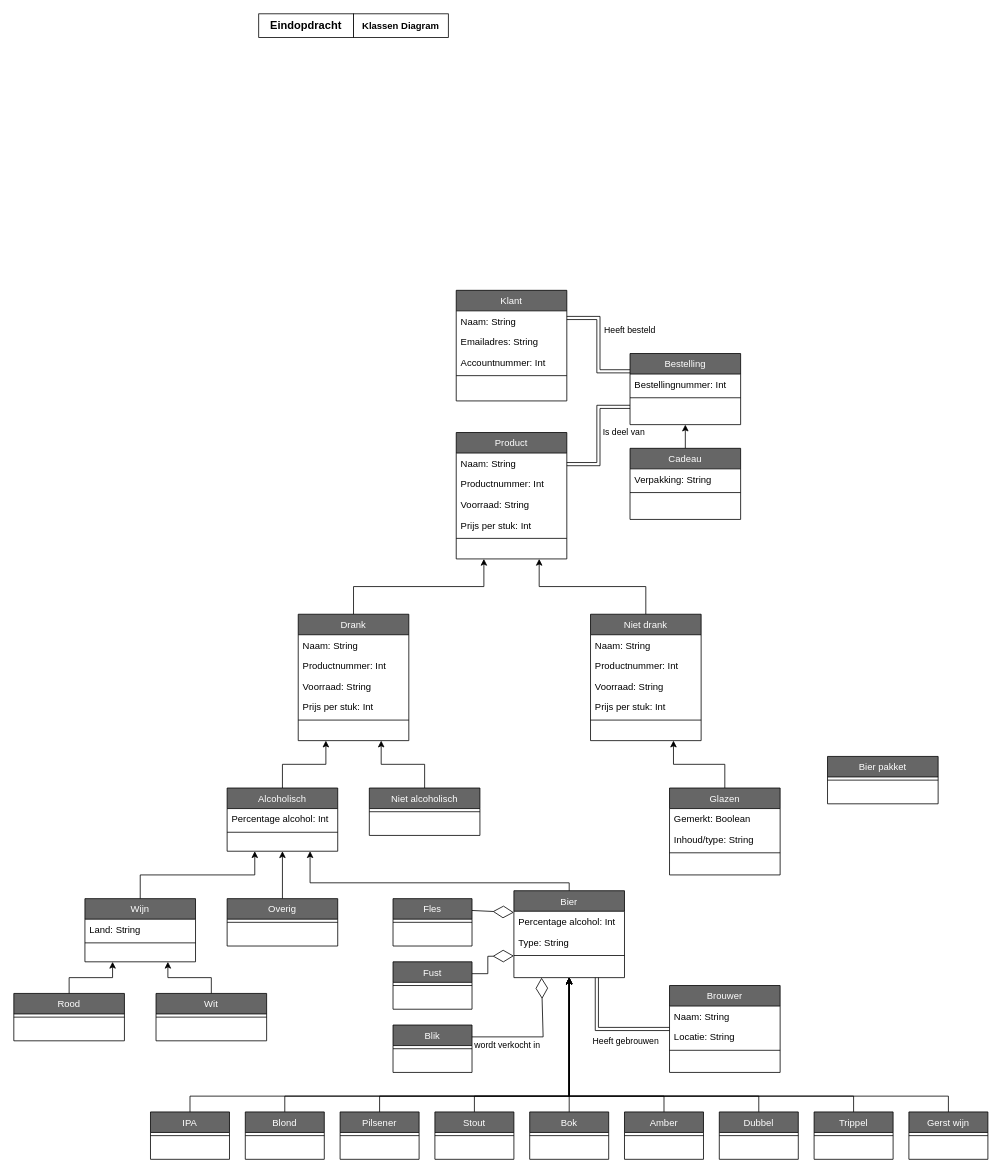
Earlier version of the draw.io diagram page "Class_diagram" (5 of 5) of ProcesanalyseEindopdracht.drawio (EMB20/Procesanalyse). Source tidied: cells renumbered, new cells numbered last; positions are measured from the earlier drawing's top-left corner, leaving out a move shared by most shapes. Both pictures are drawn from the tidied source at 79%, with x=0, y=0 at pixel (13, 13).
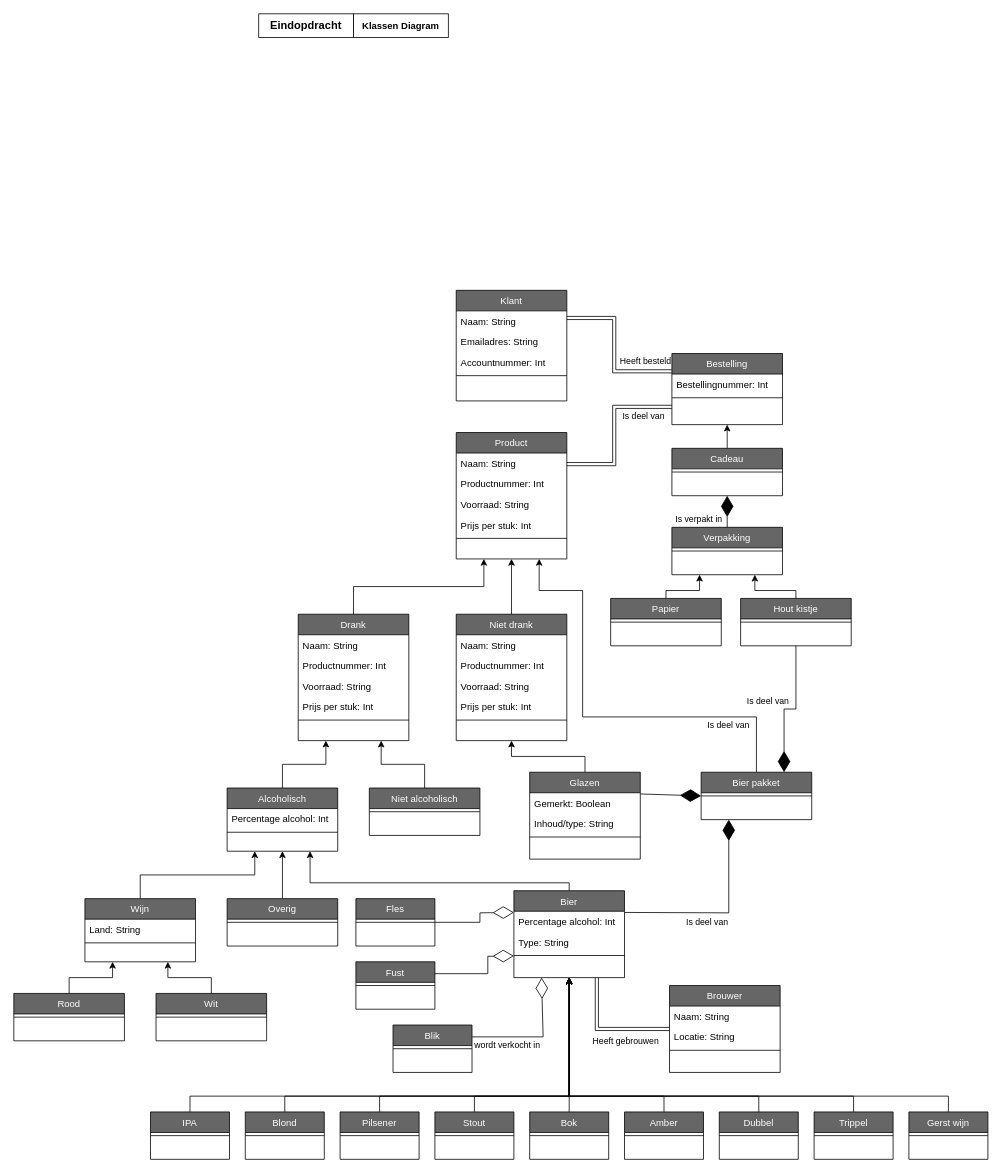
Above is the later version.

The change refers to these unchanged cells:
```xml
<mxCell id="4" value="Product" style="swimlane;fontStyle=0;align=center;verticalAlign=top;horizontal=1;startSize=26;rounded=0;shadow=0;strokeWidth=1;fillColor=#666666;fontColor=#FFFFFF;" parent="1" vertex="1">
  <mxGeometry x="560" y="530" width="140" height="160" as="geometry" />
</mxCell>
<mxCell id="41" value="Bier" style="swimlane;fontStyle=0;align=center;verticalAlign=top;horizontal=1;startSize=26;rounded=0;shadow=0;strokeWidth=1;fillColor=#666666;fontColor=#FFFFFF;" parent="1" vertex="1">
  <mxGeometry x="633" y="1110" width="140" height="110" as="geometry" />
</mxCell>
<mxCell id="97" value="Klant" style="swimlane;fontStyle=0;align=center;verticalAlign=top;horizontal=1;startSize=26;rounded=0;shadow=0;strokeWidth=1;fillColor=#666666;fontColor=#FFFFFF;" parent="1" vertex="1">
  <mxGeometry x="560" y="350" width="140" height="140" as="geometry" />
</mxCell>
```

What changed in the source:
```diff
@@
+    <mxCell id="107" value="Is verpakt in" style="text;html=1;align=center;verticalAlign=middle;whiteSpace=wrap;rounded=0;fontSize=11;" parent="1" vertex="1">
+      <mxGeometry x="830" y="630" width="75" height="20" as="geometry" />
+    </mxCell>
@@
-    <mxCell id="17" style="edgeStyle=orthogonalEdgeStyle;rounded=0;jettySize=auto;html=1;exitX=0.5;exitY=0;exitDx=0;exitDy=0;entryX=0.75;entryY=1;entryDx=0;entryDy=0;" parent="1" edge="1" source="18" target="4">
+    <mxCell id="17" style="edgeStyle=orthogonalEdgeStyle;rounded=0;jettySize=auto;html=1;exitX=0.5;exitY=0;exitDx=0;exitDy=0;entryX=0.5;entryY=1;entryDx=0;entryDy=0;" parent="1" edge="1" source="18" target="4">
       <mxGeometry relative="1" as="geometry" />
     </mxCell>
     <mxCell id="18" value="Niet drank" style="swimlane;fontStyle=0;align=center;verticalAlign=top;horizontal=1;startSize=26;rounded=0;shadow=0;strokeWidth=1;fillColor=#666666;fontColor=#FFFFFF;" parent="1" vertex="1">
-      <mxGeometry x="730" y="760" width="140" height="160" as="geometry" />
+      <mxGeometry x="560" y="760" width="140" height="160" as="geometry" />
     </mxCell>
@@
-    <mxCell id="24" style="edgeStyle=orthogonalEdgeStyle;rounded=0;jettySize=auto;html=1;exitX=0.5;exitY=0;exitDx=0;exitDy=0;entryX=0.75;entryY=1;entryDx=0;entryDy=0;" parent="1" edge="1" source="25" target="18">
-      <mxGeometry relative="1" as="geometry" />
+    <mxCell id="24" style="edgeStyle=orthogonalEdgeStyle;rounded=0;jettySize=auto;html=1;exitX=0.5;exitY=0;exitDx=0;exitDy=0;entryX=0.5;entryY=1;entryDx=0;entryDy=0;" parent="1" edge="1" source="25" target="18">
+      <mxGeometry relative="1" as="geometry">
+        <Array as="points">
+          <mxPoint x="723" y="940" />
+          <mxPoint x="630" y="940" />
+        </Array>
+      </mxGeometry>
     </mxCell>
     <mxCell id="25" value="Glazen" style="swimlane;fontStyle=0;align=center;verticalAlign=top;horizontal=1;startSize=26;rounded=0;shadow=0;strokeWidth=1;fillColor=#666666;fontColor=#FFFFFF;" parent="1" vertex="1">
-      <mxGeometry x="830" y="980" width="140" height="110" as="geometry" />
+      <mxGeometry x="653" y="960" width="140" height="110" as="geometry" />
     </mxCell>
@@
     <mxCell id="86" value="Fles" style="swimlane;fontStyle=0;align=center;verticalAlign=top;horizontal=1;startSize=26;rounded=0;shadow=0;strokeWidth=1;fillColor=#666666;fontColor=#FFFFFF;" parent="1" vertex="1">
-      <mxGeometry x="480" y="1120" width="100" height="60" as="geometry" />
+      <mxGeometry x="433" y="1120" width="100" height="60" as="geometry" />
     </mxCell>
@@
     <mxCell id="90" value="Fust" style="swimlane;fontStyle=0;align=center;verticalAlign=top;horizontal=1;startSize=26;rounded=0;shadow=0;strokeWidth=1;fillColor=#666666;fontColor=#FFFFFF;" parent="1" vertex="1">
-      <mxGeometry x="480" y="1200" width="100" height="60" as="geometry" />
+      <mxGeometry x="433" y="1200" width="100" height="60" as="geometry" />
     </mxCell>
@@
     <mxCell id="92" style="edgeStyle=orthogonalEdgeStyle;rounded=0;jettySize=auto;html=1;exitX=0;exitY=0.75;exitDx=0;exitDy=0;entryX=1;entryY=0.25;entryDx=0;entryDy=0;shape=link;" parent="1" edge="1" source="94" target="4">
-      <mxGeometry relative="1" as="geometry" />
+      <mxGeometry relative="1" as="geometry">
+        <Array as="points">
+          <mxPoint x="760" y="498" />
+          <mxPoint x="760" y="570" />
+        </Array>
+      </mxGeometry>
     </mxCell>
     <mxCell id="93" style="edgeStyle=orthogonalEdgeStyle;rounded=0;jettySize=auto;html=1;exitX=0;exitY=0.25;exitDx=0;exitDy=0;entryX=1;entryY=0.25;entryDx=0;entryDy=0;shape=link;" parent="1" edge="1" source="94" target="97">
-      <mxGeometry relative="1" as="geometry" />
+      <mxGeometry relative="1" as="geometry">
+        <Array as="points">
+          <mxPoint x="760" y="453" />
+          <mxPoint x="760" y="385" />
+        </Array>
+      </mxGeometry>
     </mxCell>
     <mxCell id="94" value="Bestelling" style="swimlane;fontStyle=0;align=center;verticalAlign=top;horizontal=1;startSize=26;rounded=0;shadow=0;strokeWidth=1;fillColor=#666666;fontColor=#FFFFFF;" parent="1" vertex="1">
-      <mxGeometry x="780" y="430" width="140" height="90" as="geometry" />
+      <mxGeometry x="833" y="430" width="140" height="90" as="geometry" />
     </mxCell>
@@
     <mxCell id="103" value="Cadeau" style="swimlane;fontStyle=0;align=center;verticalAlign=top;horizontal=1;startSize=26;rounded=0;shadow=0;strokeWidth=1;fillColor=#666666;fontColor=#FFFFFF;" parent="1" vertex="1">
-      <mxGeometry x="780" y="550" width="140" height="90" as="geometry" />
+      <mxGeometry x="833" y="550" width="140" height="60" as="geometry" />
     </mxCell>
-    <mxCell id="104" value="Verpakking: String" style="text;align=left;verticalAlign=top;spacingLeft=4;spacingRight=4;overflow=hidden;" parent="103" vertex="1">
-      <mxGeometry y="26" width="140" height="26" as="geometry" />
-    </mxCell>
     <mxCell id="105" style="line;html=1;strokeWidth=1;align=left;verticalAlign=middle;spacingTop=-1;spacingLeft=3;spacingRight=3;labelPosition=right;" parent="103" vertex="1">
-      <mxGeometry y="52" width="140" height="8" as="geometry" />
+      <mxGeometry y="26" width="140" height="8" as="geometry" />
     </mxCell>
     <mxCell id="106" value="Heeft besteld" style="text;html=1;align=center;verticalAlign=middle;whiteSpace=wrap;rounded=0;fontSize=11;" parent="1" vertex="1">
-      <mxGeometry x="740" y="390" width="80" height="20" as="geometry" />
+      <mxGeometry x="760" y="430" width="80" height="20" as="geometry" />
     </mxCell>
-    <mxCell id="107" value="Is deel van" style="text;html=1;align=center;verticalAlign=middle;whiteSpace=wrap;rounded=0;fontSize=11;" parent="1" vertex="1">
-      <mxGeometry x="740" y="520" width="65" height="20" as="geometry" />
-    </mxCell>
@@
+    <mxCell id="115" style="edgeStyle=orthogonalEdgeStyle;rounded=0;jettySize=auto;html=1;exitX=0.5;exitY=0;exitDx=0;exitDy=0;entryX=0.75;entryY=1;entryDx=0;entryDy=0;" parent="1" edge="1" source="110" target="4">
+      <mxGeometry relative="1" as="geometry">
+        <Array as="points">
+          <mxPoint x="940" y="890" />
+          <mxPoint x="720" y="890" />
+          <mxPoint x="720" y="730" />
+          <mxPoint x="665" y="730" />
+        </Array>
+      </mxGeometry>
+    </mxCell>
     <mxCell id="110" value="Bier pakket" style="swimlane;fontStyle=0;align=center;verticalAlign=top;horizontal=1;startSize=26;rounded=0;shadow=0;strokeWidth=1;fillColor=#666666;fontColor=#FFFFFF;" parent="1" vertex="1">
-      <mxGeometry x="1030" y="940" width="140" height="60" as="geometry" />
+      <mxGeometry x="870" y="960" width="140" height="60" as="geometry" />
     </mxCell>
@@
-    <mxCell id="112" style="endArrow=diamondThin;endFill=0;endSize=24;html=1;rounded=0;entryX=0;entryY=0.25;entryDx=0;entryDy=0;exitX=1;exitY=0.25;exitDx=0;exitDy=0;" parent="1" edge="1" source="86" target="41">
-      <mxGeometry relative="1" as="geometry" />
+    <mxCell id="112" style="endArrow=diamondThin;endFill=0;endSize=24;html=1;rounded=0;entryX=0;entryY=0.25;entryDx=0;entryDy=0;exitX=1;exitY=0.5;exitDx=0;exitDy=0;" parent="1" edge="1" source="86" target="41">
+      <mxGeometry relative="1" as="geometry">
+        <Array as="points">
+          <mxPoint x="590" y="1150" />
+          <mxPoint x="590" y="1138" />
+        </Array>
+      </mxGeometry>
     </mxCell>
@@
+    <mxCell id="116" style="endArrow=diamondThin;endFill=1;endSize=24;html=1;rounded=0;exitX=1;exitY=0.25;exitDx=0;exitDy=0;entryX=0;entryY=0.5;entryDx=0;entryDy=0;" parent="1" edge="1" source="25" target="110">
+      <mxGeometry relative="1" as="geometry" />
+    </mxCell>
+    <mxCell id="117" style="endArrow=diamondThin;endFill=1;endSize=24;html=1;rounded=0;entryX=0.25;entryY=1;entryDx=0;entryDy=0;exitX=1;exitY=0.25;exitDx=0;exitDy=0;" parent="1" edge="1" source="41" target="110">
+      <mxGeometry relative="1" as="geometry">
+        <Array as="points">
+          <mxPoint x="905" y="1138" />
+        </Array>
+      </mxGeometry>
+    </mxCell>
+    <mxCell id="118" style="edgeStyle=orthogonalEdgeStyle;rounded=0;jettySize=auto;html=1;exitX=0.5;exitY=0;exitDx=0;exitDy=0;entryX=0.25;entryY=1;entryDx=0;entryDy=0;" parent="1" edge="1" source="119" target="124">
+      <mxGeometry relative="1" as="geometry">
+        <Array as="points">
+          <mxPoint x="826" y="730" />
+          <mxPoint x="868" y="730" />
+        </Array>
+      </mxGeometry>
+    </mxCell>
+    <mxCell id="119" value="Papier" style="swimlane;fontStyle=0;align=center;verticalAlign=top;horizontal=1;startSize=26;rounded=0;shadow=0;strokeWidth=1;fillColor=#666666;fontColor=#FFFFFF;" parent="1" vertex="1">
+      <mxGeometry x="755.5" y="740" width="140" height="60" as="geometry" />
+    </mxCell>
+    <mxCell id="120" style="line;html=1;strokeWidth=1;align=left;verticalAlign=middle;spacingTop=-1;spacingLeft=3;spacingRight=3;labelPosition=right;" parent="119" vertex="1">
+      <mxGeometry y="26" width="140" height="8" as="geometry" />
+    </mxCell>
+    <mxCell id="121" style="edgeStyle=orthogonalEdgeStyle;rounded=0;jettySize=auto;html=1;exitX=0.5;exitY=0;exitDx=0;exitDy=0;entryX=0.75;entryY=1;entryDx=0;entryDy=0;" parent="1" edge="1" source="122" target="124">
+      <mxGeometry relative="1" as="geometry">
+        <Array as="points">
+          <mxPoint x="990" y="730" />
+          <mxPoint x="938" y="730" />
+        </Array>
+      </mxGeometry>
+    </mxCell>
+    <mxCell id="122" value="Hout kistje" style="swimlane;fontStyle=0;align=center;verticalAlign=top;horizontal=1;startSize=26;rounded=0;shadow=0;strokeWidth=1;fillColor=#666666;fontColor=#FFFFFF;" parent="1" vertex="1">
+      <mxGeometry x="920" y="740" width="140" height="60" as="geometry" />
+    </mxCell>
+    <mxCell id="123" style="line;html=1;strokeWidth=1;align=left;verticalAlign=middle;spacingTop=-1;spacingLeft=3;spacingRight=3;labelPosition=right;" parent="122" vertex="1">
+      <mxGeometry y="26" width="140" height="8" as="geometry" />
+    </mxCell>
+    <mxCell id="124" value="Verpakking" style="swimlane;fontStyle=0;align=center;verticalAlign=top;horizontal=1;startSize=26;rounded=0;shadow=0;strokeWidth=1;fillColor=#666666;fontColor=#FFFFFF;" parent="1" vertex="1">
+      <mxGeometry x="833" y="650" width="140" height="60" as="geometry" />
+    </mxCell>
+    <mxCell id="125" style="line;html=1;strokeWidth=1;align=left;verticalAlign=middle;spacingTop=-1;spacingLeft=3;spacingRight=3;labelPosition=right;" parent="124" vertex="1">
+      <mxGeometry y="26" width="140" height="8" as="geometry" />
+    </mxCell>
+    <mxCell id="126" style="endArrow=diamondThin;endFill=1;endSize=24;html=1;rounded=0;exitX=0.5;exitY=0;exitDx=0;exitDy=0;entryX=0.5;entryY=1;entryDx=0;entryDy=0;" parent="1" edge="1" source="124" target="103">
+      <mxGeometry relative="1" as="geometry" />
+    </mxCell>
+    <mxCell id="127" style="endArrow=diamondThin;endFill=1;endSize=24;html=1;rounded=0;entryX=0.75;entryY=0;entryDx=0;entryDy=0;exitX=0.5;exitY=1;exitDx=0;exitDy=0;" parent="1" edge="1" source="122" target="110">
+      <mxGeometry relative="1" as="geometry">
+        <Array as="points">
+          <mxPoint x="990" y="880" />
+          <mxPoint x="975" y="880" />
+        </Array>
+      </mxGeometry>
+    </mxCell>
+    <mxCell id="128" value="Is deel van" style="text;html=1;align=center;verticalAlign=middle;whiteSpace=wrap;rounded=0;fontSize=11;" parent="1" vertex="1">
+      <mxGeometry x="833" y="1140" width="90" height="20" as="geometry" />
+    </mxCell>
+    <mxCell id="129" value="Is deel van" style="text;html=1;align=center;verticalAlign=middle;whiteSpace=wrap;rounded=0;fontSize=11;" parent="1" vertex="1">
+      <mxGeometry x="860" y="890" width="90" height="20" as="geometry" />
+    </mxCell>
+    <mxCell id="130" value="Is deel van" style="text;html=1;align=center;verticalAlign=middle;whiteSpace=wrap;rounded=0;fontSize=11;" parent="1" vertex="1">
+      <mxGeometry x="910" y="860" width="90" height="20" as="geometry" />
+    </mxCell>
+    <mxCell id="131" value="Is deel van" style="text;html=1;align=center;verticalAlign=middle;whiteSpace=wrap;rounded=0;fontSize=11;" parent="1" vertex="1">
+      <mxGeometry x="765" y="500" width="65" height="20" as="geometry" />
+    </mxCell>
```
